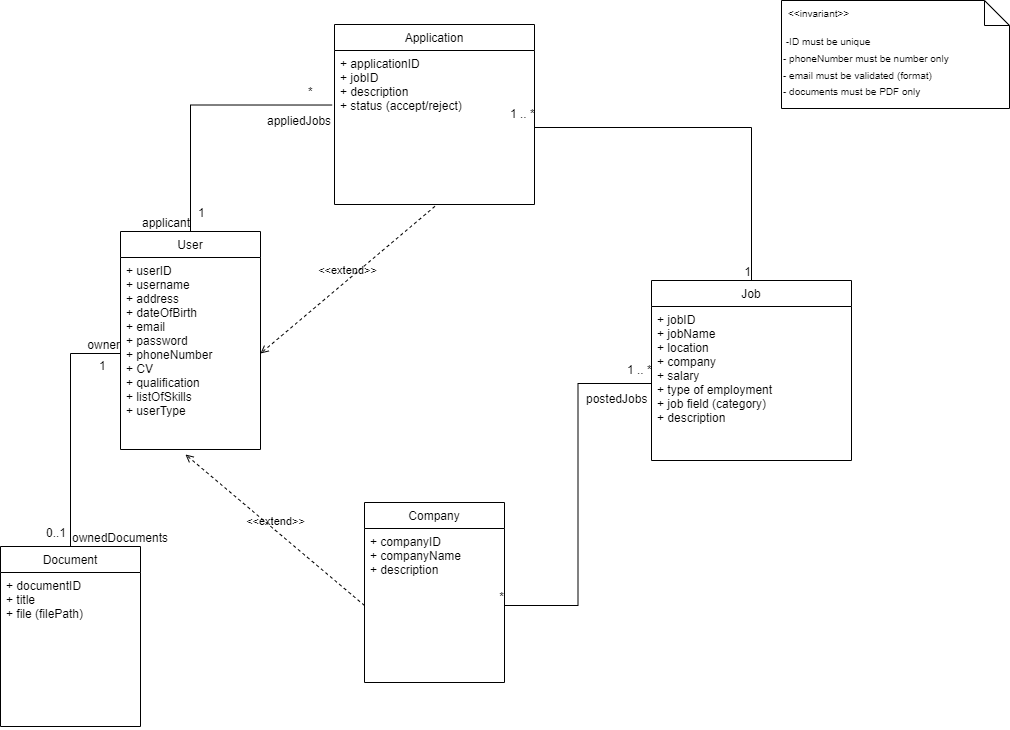
Before: uml/information_domain_model_v2.png, a diagram exported from draw.io (troppdus/MyWorstJobApp). Source tidied: cells renumbered, new cells last; positions are measured from the earlier drawing's top-left corner, leaving out a move shared by most shapes. Source of this version:
```xml
<mxGraphModel background="#FFFFFF">
  <root>
    <mxCell id="0" />
    <mxCell id="1" parent="0" />
    <mxCell id="2" value="User" style="swimlane;fontStyle=0;horizontal=1;startSize=26;fillColor=none;" parent="1" vertex="1">
      <mxGeometry x="120" y="231" width="140" height="218" as="geometry" />
    </mxCell>
    <mxCell id="3" value="+ userID&#10;+ username&#10;+ address&#10;+ dateOfBirth&#10;+ email&#10;+ password&#10;+ phoneNumber&#10;+ CV&#10;+ qualification&#10;+ listOfSkills&#10;+ userType&#10;" style="text;strokeColor=none;fillColor=none;align=left;verticalAlign=top;spacingLeft=4;spacingRight=4;overflow=hidden;points=[[0,0.5],[1,0.5]];portConstraint=eastwest;" parent="2" vertex="1">
      <mxGeometry y="26" width="140" height="192" as="geometry" />
    </mxCell>
    <mxCell id="4" value="Company" style="swimlane;fontStyle=0;horizontal=1;startSize=26;fillColor=none;" parent="1" vertex="1">
      <mxGeometry x="364" y="502" width="140" height="180" as="geometry" />
    </mxCell>
    <mxCell id="5" value="+ companyID&#10;+ companyName&#10;+ description&#10;&#10;" style="text;strokeColor=none;fillColor=none;align=left;verticalAlign=top;spacingLeft=4;spacingRight=4;overflow=hidden;points=[[0,0.5],[1,0.5]];portConstraint=eastwest;" parent="4" vertex="1">
      <mxGeometry y="26" width="140" height="154" as="geometry" />
    </mxCell>
    <mxCell id="6" value="Job" style="swimlane;fontStyle=0;horizontal=1;startSize=26;fillColor=none;" parent="1" vertex="1">
      <mxGeometry x="651" y="280" width="200" height="180" as="geometry" />
    </mxCell>
    <mxCell id="7" value="+ jobID&#10;+ jobName&#10;+ location&#10;+ company&#10;+ salary&#10;+ type of employment&#10;+ job field (category)&#10;+ description&#10;&#10;" style="text;strokeColor=none;fillColor=none;align=left;verticalAlign=top;spacingLeft=4;spacingRight=4;overflow=hidden;points=[[0,0.5],[1,0.5]];portConstraint=eastwest;" parent="6" vertex="1">
      <mxGeometry y="26" width="200" height="154" as="geometry" />
    </mxCell>
    <mxCell id="8" value="Application" style="swimlane;fontStyle=0;horizontal=1;startSize=26;fillColor=none;" parent="1" vertex="1">
      <mxGeometry x="334" y="24" width="200" height="180" as="geometry" />
    </mxCell>
    <mxCell id="9" value="+ applicationID&#10;+ jobID&#10;+ description&#10;+ status (accept/reject)&#10;&#10;" style="text;strokeColor=none;fillColor=none;align=left;verticalAlign=top;spacingLeft=4;spacingRight=4;overflow=hidden;points=[[0,0.5],[1,0.5]];portConstraint=eastwest;" parent="8" vertex="1">
      <mxGeometry y="26" width="200" height="154" as="geometry" />
    </mxCell>
    <mxCell id="10" value="&lt;font style=&quot;font-size: 10px;&quot;&gt;&amp;nbsp;-ID must be unique&lt;br&gt;- phoneNumber must be number only&lt;br&gt;- email must be validated (format)&lt;br&gt;- documents must be PDF only&lt;br&gt;&lt;/font&gt;" style="shape=note2;boundedLbl=1;whiteSpace=wrap;html=1;size=25;verticalAlign=top;align=left;fontSize=14;" parent="1" vertex="1">
      <mxGeometry x="781" width="228" height="108" as="geometry" />
    </mxCell>
    <mxCell id="11" value="&lt;&lt;invariant&gt;&gt;" style="strokeColor=none;fillColor=none;align=left;spacingLeft=5;fontSize=10;" parent="10" vertex="1">
      <mxGeometry width="228" height="25" relative="1" as="geometry" />
    </mxCell>
    <mxCell id="12" value="Document" style="swimlane;fontStyle=0;horizontal=1;startSize=26;fillColor=none;" parent="1" vertex="1">
      <mxGeometry y="546" width="140" height="180" as="geometry" />
    </mxCell>
    <mxCell id="13" value="+ documentID&#10;+ title&#10;+ file (filePath)&#10;" style="text;strokeColor=none;fillColor=none;align=left;verticalAlign=top;spacingLeft=4;spacingRight=4;overflow=hidden;" parent="12" vertex="1">
      <mxGeometry y="26" width="140" height="154" as="geometry" />
    </mxCell>
    <mxCell id="14" style="endArrow=none;html=1;rounded=0;align=center;verticalAlign=top;endFill=0;labelBackgroundColor=none;exitX=0.5;exitY=0;exitDx=0;exitDy=0;entryX=0;entryY=0.5;entryDx=0;entryDy=0;edgeStyle=orthogonalEdgeStyle;" parent="1" edge="1" source="12" target="3">
      <mxGeometry relative="1" as="geometry" />
    </mxCell>
    <mxCell id="15" value="ownedDocuments" style="html=1;align=left;verticalAlign=bottom;labelBackgroundColor=none;" parent="14" vertex="1">
      <mxGeometry x="-1" relative="1" as="geometry" />
    </mxCell>
    <mxCell id="16" value="0..1" style="html=1;align=left;verticalAlign=top;labelBackgroundColor=none;" parent="14" vertex="1">
      <mxGeometry x="-1" relative="1" as="geometry">
        <mxPoint x="-26" y="-27" as="offset" />
      </mxGeometry>
    </mxCell>
    <mxCell id="17" value="owner" style="html=1;align=right;verticalAlign=bottom;labelBackgroundColor=none;" parent="14" vertex="1">
      <mxGeometry x="1" relative="1" as="geometry" />
    </mxCell>
    <mxCell id="18" value="1" style="html=1;align=left;verticalAlign=top;labelBackgroundColor=none;" parent="1" vertex="1">
      <mxGeometry x="97" y="352" as="geometry" />
    </mxCell>
    <mxCell id="19" style="endArrow=none;html=1;rounded=0;align=center;verticalAlign=top;endFill=0;labelBackgroundColor=none;exitX=-0.012;exitY=0.354;exitDx=0;exitDy=0;entryX=0.5;entryY=0;entryDx=0;entryDy=0;edgeStyle=orthogonalEdgeStyle;exitPerimeter=0;" parent="1" edge="1" source="9" target="2">
      <mxGeometry relative="1" as="geometry" />
    </mxCell>
    <mxCell id="20" value="appliedJobs" style="html=1;align=left;verticalAlign=bottom;labelBackgroundColor=none;" parent="19" vertex="1">
      <mxGeometry x="-1" relative="1" as="geometry">
        <mxPoint x="-67" y="24" as="offset" />
      </mxGeometry>
    </mxCell>
    <mxCell id="21" value="*" style="html=1;align=left;verticalAlign=top;labelBackgroundColor=none;" parent="19" vertex="1">
      <mxGeometry x="-1" relative="1" as="geometry">
        <mxPoint x="-26" y="-27" as="offset" />
      </mxGeometry>
    </mxCell>
    <mxCell id="22" value="applicant" style="html=1;align=right;verticalAlign=bottom;labelBackgroundColor=none;" parent="19" vertex="1">
      <mxGeometry x="1" relative="1" as="geometry" />
    </mxCell>
    <mxCell id="23" value="1" style="html=1;align=left;verticalAlign=top;labelBackgroundColor=none;" parent="1" vertex="1">
      <mxGeometry x="196" y="199" as="geometry" />
    </mxCell>
    <mxCell id="24" style="endArrow=none;html=1;rounded=0;align=center;verticalAlign=top;endFill=0;labelBackgroundColor=none;exitX=0;exitY=0.5;exitDx=0;exitDy=0;entryX=1;entryY=0.5;entryDx=0;entryDy=0;edgeStyle=orthogonalEdgeStyle;" parent="1" edge="1" source="7" target="5">
      <mxGeometry relative="1" as="geometry" />
    </mxCell>
    <mxCell id="25" value="postedJobs" style="html=1;align=left;verticalAlign=bottom;labelBackgroundColor=none;" parent="24" vertex="1">
      <mxGeometry x="-1" relative="1" as="geometry">
        <mxPoint x="-67" y="24" as="offset" />
      </mxGeometry>
    </mxCell>
    <mxCell id="26" value="1 .. *" style="html=1;align=left;verticalAlign=top;labelBackgroundColor=none;" parent="24" vertex="1">
      <mxGeometry x="-1" relative="1" as="geometry">
        <mxPoint x="-26" y="-27" as="offset" />
      </mxGeometry>
    </mxCell>
    <mxCell id="27" value="*" style="html=1;align=right;verticalAlign=bottom;labelBackgroundColor=none;" parent="24" vertex="1">
      <mxGeometry x="1" relative="1" as="geometry" />
    </mxCell>
    <mxCell id="28" style="endArrow=none;html=1;rounded=0;align=center;verticalAlign=top;endFill=0;labelBackgroundColor=none;exitX=1;exitY=0.5;exitDx=0;exitDy=0;entryX=0.5;entryY=0;entryDx=0;entryDy=0;edgeStyle=orthogonalEdgeStyle;" parent="1" edge="1" source="9" target="6">
      <mxGeometry relative="1" as="geometry" />
    </mxCell>
    <mxCell id="29" value="1 .. *" style="html=1;align=left;verticalAlign=top;labelBackgroundColor=none;" parent="28" vertex="1">
      <mxGeometry x="-1" relative="1" as="geometry">
        <mxPoint x="-26" y="-27" as="offset" />
      </mxGeometry>
    </mxCell>
    <mxCell id="30" value="1" style="html=1;align=right;verticalAlign=bottom;labelBackgroundColor=none;" parent="28" vertex="1">
      <mxGeometry x="1" relative="1" as="geometry" />
    </mxCell>
    <mxCell id="31" value="&amp;lt;&amp;lt;extend&amp;gt;&amp;gt;" style="html=1;verticalAlign=bottom;labelBackgroundColor=none;endArrow=open;endFill=0;dashed=1;exitX=0.502;exitY=1.012;exitDx=0;exitDy=0;exitPerimeter=0;entryX=1;entryY=0.5;entryDx=0;entryDy=0;" parent="1" edge="1" source="9" target="3">
      <mxGeometry relative="1" as="geometry" />
    </mxCell>
    <mxCell id="32" value="&amp;lt;&amp;lt;extend&amp;gt;&amp;gt;" style="html=1;verticalAlign=bottom;labelBackgroundColor=none;endArrow=open;endFill=0;dashed=1;exitX=0;exitY=0.5;exitDx=0;exitDy=0;entryX=0.464;entryY=1.026;entryDx=0;entryDy=0;entryPerimeter=0;" parent="1" edge="1" source="5" target="3">
      <mxGeometry relative="1" as="geometry" />
    </mxCell>
  </root>
</mxGraphModel>
```
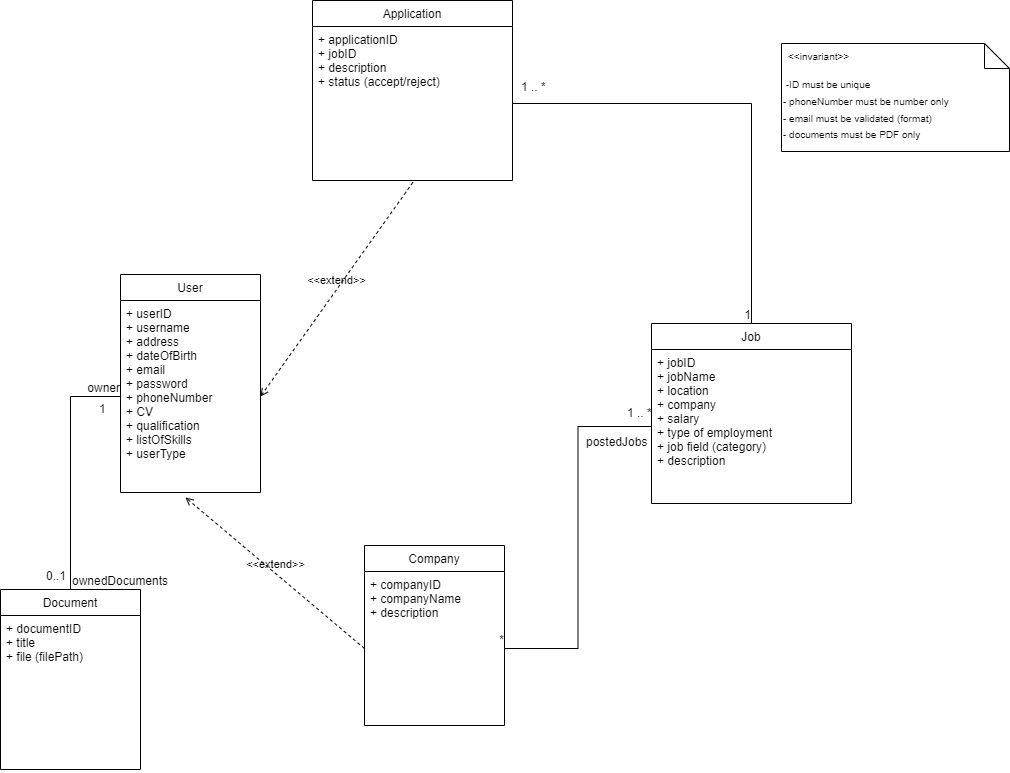
After the commit.

Commit message:
remove the connect between application and user as they are superclass-related

Change to the diagram source:
```diff
@@ -21,7 +21,7 @@
       <mxGeometry y="26" width="200" height="154" as="geometry" />
     </mxCell>
     <mxCell id="8" value="Application" style="swimlane;fontStyle=0;horizontal=1;startSize=26;fillColor=none;" parent="1" vertex="1">
-      <mxGeometry x="334" y="24" width="200" height="180" as="geometry" />
+      <mxGeometry x="312" y="-43" width="200" height="180" as="geometry" />
     </mxCell>
     <mxCell id="9" value="+ applicationID&#10;+ jobID&#10;+ description&#10;+ status (accept/reject)&#10;&#10;" style="text;strokeColor=none;fillColor=none;align=left;verticalAlign=top;spacingLeft=4;spacingRight=4;overflow=hidden;points=[[0,0.5],[1,0.5]];portConstraint=eastwest;" parent="8" vertex="1">
       <mxGeometry y="26" width="200" height="154" as="geometry" />
@@ -55,25 +55,6 @@
     <mxCell id="18" value="1" style="html=1;align=left;verticalAlign=top;labelBackgroundColor=none;" parent="1" vertex="1">
       <mxGeometry x="97" y="352" as="geometry" />
     </mxCell>
-    <mxCell id="19" style="endArrow=none;html=1;rounded=0;align=center;verticalAlign=top;endFill=0;labelBackgroundColor=none;exitX=-0.012;exitY=0.354;exitDx=0;exitDy=0;entryX=0.5;entryY=0;entryDx=0;entryDy=0;edgeStyle=orthogonalEdgeStyle;exitPerimeter=0;" parent="1" edge="1" source="9" target="2">
-      <mxGeometry relative="1" as="geometry" />
-    </mxCell>
-    <mxCell id="20" value="appliedJobs" style="html=1;align=left;verticalAlign=bottom;labelBackgroundColor=none;" parent="19" vertex="1">
-      <mxGeometry x="-1" relative="1" as="geometry">
-        <mxPoint x="-67" y="24" as="offset" />
-      </mxGeometry>
-    </mxCell>
-    <mxCell id="21" value="*" style="html=1;align=left;verticalAlign=top;labelBackgroundColor=none;" parent="19" vertex="1">
-      <mxGeometry x="-1" relative="1" as="geometry">
-        <mxPoint x="-26" y="-27" as="offset" />
-      </mxGeometry>
-    </mxCell>
-    <mxCell id="22" value="applicant" style="html=1;align=right;verticalAlign=bottom;labelBackgroundColor=none;" parent="19" vertex="1">
-      <mxGeometry x="1" relative="1" as="geometry" />
-    </mxCell>
-    <mxCell id="23" value="1" style="html=1;align=left;verticalAlign=top;labelBackgroundColor=none;" parent="1" vertex="1">
-      <mxGeometry x="196" y="199" as="geometry" />
-    </mxCell>
     <mxCell id="24" style="endArrow=none;html=1;rounded=0;align=center;verticalAlign=top;endFill=0;labelBackgroundColor=none;exitX=0;exitY=0.5;exitDx=0;exitDy=0;entryX=1;entryY=0.5;entryDx=0;entryDy=0;edgeStyle=orthogonalEdgeStyle;" parent="1" edge="1" source="7" target="5">
       <mxGeometry relative="1" as="geometry" />
     </mxCell>
@@ -95,7 +76,7 @@
     </mxCell>
     <mxCell id="29" value="1 .. *" style="html=1;align=left;verticalAlign=top;labelBackgroundColor=none;" parent="28" vertex="1">
       <mxGeometry x="-1" relative="1" as="geometry">
-        <mxPoint x="-26" y="-27" as="offset" />
+        <mxPoint x="7" y="-30" as="offset" />
       </mxGeometry>
     </mxCell>
     <mxCell id="30" value="1" style="html=1;align=right;verticalAlign=bottom;labelBackgroundColor=none;" parent="28" vertex="1">
```
